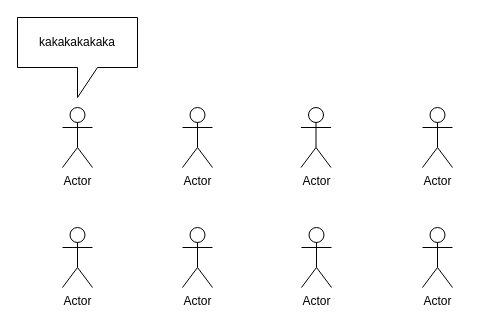
Earlier version of the draw.io diagram gitskills/zzz.drawio (benbenbo/learngit). Source tidied: cells renumbered, new cells numbered last; positions are measured from the earlier drawing's top-left corner, leaving out a move shared by most shapes. Both pictures are drawn from the tidied source at 100%, with x=0, y=0 at pixel (17, 17).
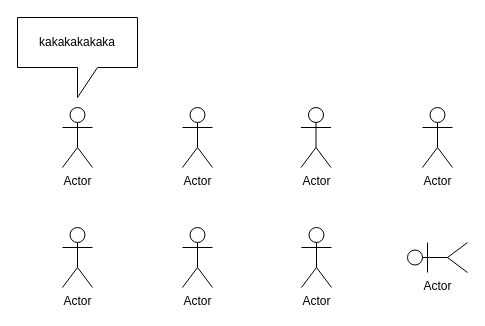
The same diagram, later.

Diff of the diagram source:
```diff
@@
 <mxGraphModel>
   <root>
     <mxCell id="0" />
     <mxCell id="1" parent="0" />
     <mxCell id="2" value="Actor" style="shape=umlActor;verticalLabelPosition=bottom;verticalAlign=top;html=1;" parent="1" vertex="1">
       <mxGeometry x="45" y="90" width="30" height="60" as="geometry" />
     </mxCell>
     <mxCell id="3" value="Actor" style="shape=umlActor;verticalLabelPosition=bottom;verticalAlign=top;html=1;" parent="1" vertex="1">
       <mxGeometry x="165" y="90" width="30" height="60" as="geometry" />
     </mxCell>
     <mxCell id="4" value="Actor" style="shape=umlActor;verticalLabelPosition=bottom;verticalAlign=top;html=1;" parent="1" vertex="1">
       <mxGeometry x="45" y="210" width="30" height="60" as="geometry" />
     </mxCell>
     <mxCell id="5" value="Actor" style="shape=umlActor;verticalLabelPosition=bottom;verticalAlign=top;html=1;" parent="1" vertex="1">
       <mxGeometry x="165" y="210" width="30" height="60" as="geometry" />
     </mxCell>
     <mxCell id="6" value="Actor" style="shape=umlActor;verticalLabelPosition=bottom;verticalAlign=top;html=1;" parent="1" vertex="1">
       <mxGeometry x="283.5" y="90" width="30" height="60" as="geometry" />
     </mxCell>
     <mxCell id="7" value="Actor" style="shape=umlActor;verticalLabelPosition=bottom;verticalAlign=top;html=1;" parent="1" vertex="1">
       <mxGeometry x="284" y="210" width="30" height="60" as="geometry" />
     </mxCell>
     <mxCell id="8" value="Actor" style="shape=umlActor;verticalLabelPosition=bottom;verticalAlign=top;html=1;" parent="1" vertex="1">
       <mxGeometry x="405" y="90" width="30" height="60" as="geometry" />
     </mxCell>
-    <mxCell id="9" value="Actor" style="shape=umlActor;verticalLabelPosition=bottom;verticalAlign=top;html=1;" parent="1" vertex="1">
-      <mxGeometry x="405" y="210" width="30" height="60" as="geometry" />
+    <mxCell id="9" value="Actor" style="shape=umlActor;verticalLabelPosition=bottom;verticalAlign=top;html=1;direction=north;" parent="1" vertex="1">
+      <mxGeometry x="390" y="225" width="60" height="30" as="geometry" />
     </mxCell>
     <mxCell id="10" value="kakakakakaka" style="shape=callout;whiteSpace=wrap;html=1;perimeter=calloutPerimeter;" parent="1" vertex="1">
       <mxGeometry width="120" height="80" as="geometry" />
     </mxCell>
   </root>
 </mxGraphModel>
```
